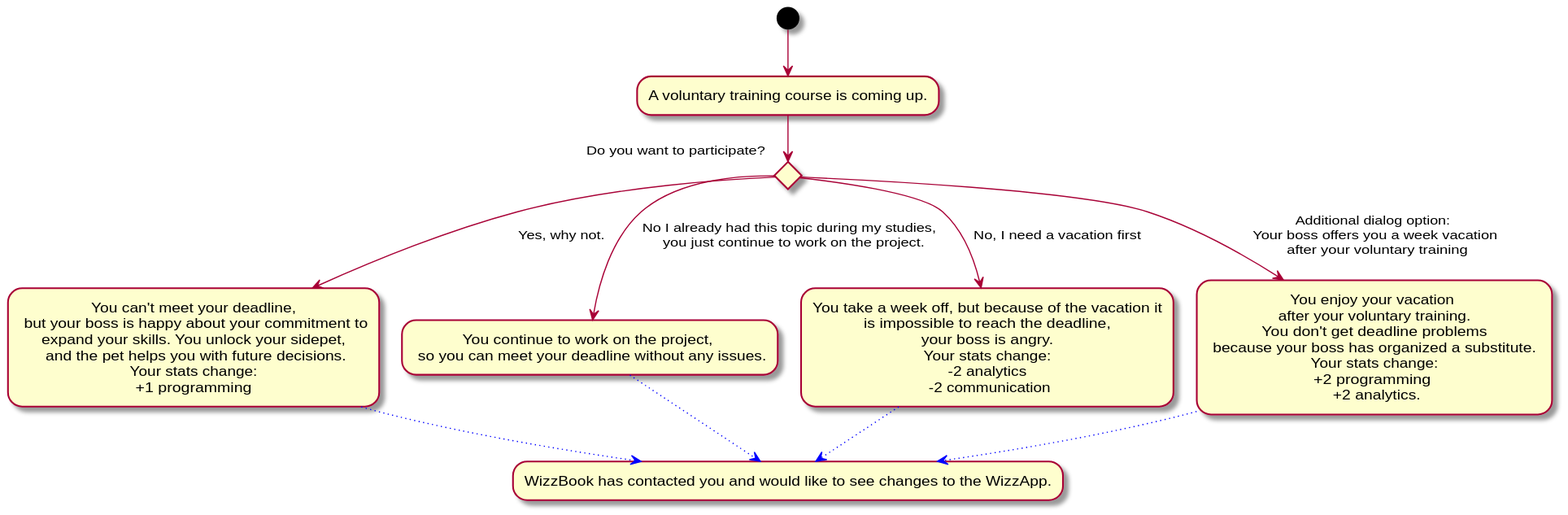
Above: Docs/Technical Specifications/docs/diagrams/StoryFlow/StoryFlow_Decision_9.svg in Brotenko/QualityQuest (PlantUML), before the change.
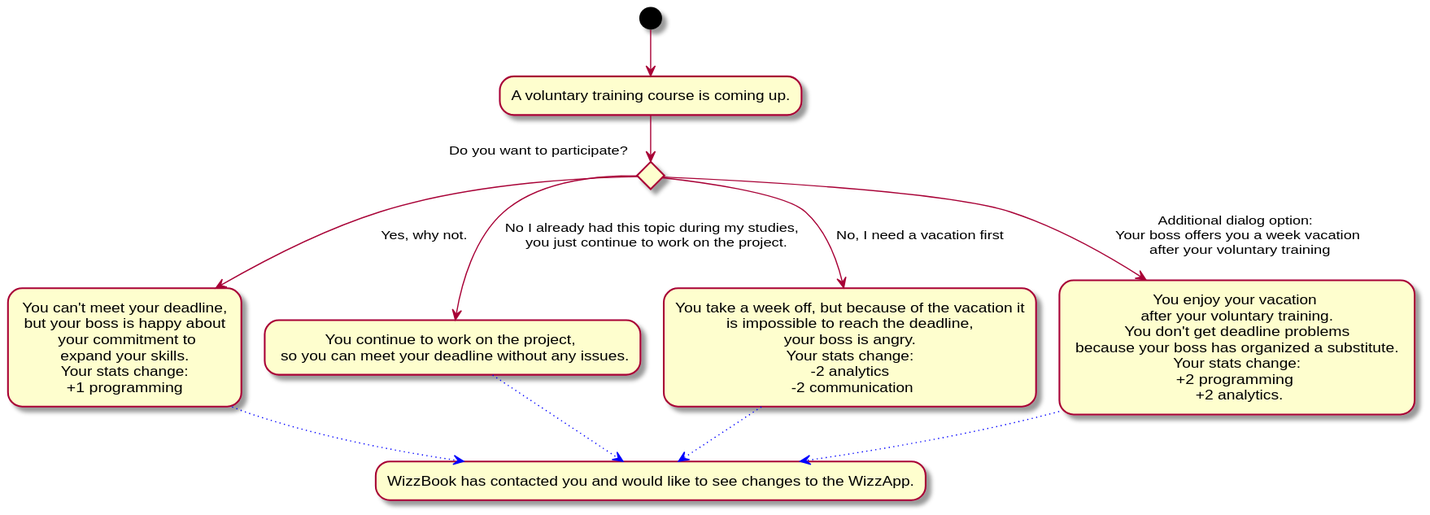
Later version of the same file.

The edit, as a diff of the source:
```diff
@@ -2,7 +2,7 @@
 (*) --> "A voluntary training course is coming up."
 
 if "Do you want to participate?" then
---> [Yes, why not.] "You can't meet your deadline,\n but your boss is happy about your commitment to\n expand your skills. You unlock your sidepet, \n and the pet helps you with future decisions.\n Your stats change: \n+1 programming" as participate
+--> [Yes, why not.] "You can't meet your deadline,\n but your boss is happy about \n your commitment to\n expand your skills. \n Your stats change: \n+1 programming" as participate
 else
 --> [No I already had this topic during my studies, \n you just continue to work on the project.] "You continue to work on the project, \n so you can meet your deadline without any issues." as keepWorking
 else
@@ -10,8 +10,8 @@
 else
 --> [Additional dialog option: \n Your boss offers you a week vacation \n after your voluntary training] "You enjoy your vacation \n after your voluntary training. \n You don't get deadline problems \n because your boss has organized a substitute. \n Your stats change: \n+2 programming \n +2 analytics."
 endif
--[#blue,dotted]-> "WizzBook has contacted you and would like to see changes to the WizzApp." as app
-keepWorking -[#blue,dotted]-> app
-participate -[#blue,dotted]-> app
-vacation -[#blue,dotted]-> app
+-[#blue,dotted]-> "WizzBook has contacted you and would like to see changes to the WizzApp." as nextDecision
+keepWorking -[#blue,dotted]-> nextDecision
+participate -[#blue,dotted]-> nextDecision
+vacation -[#blue,dotted]-> nextDecision
 @enduml
```
